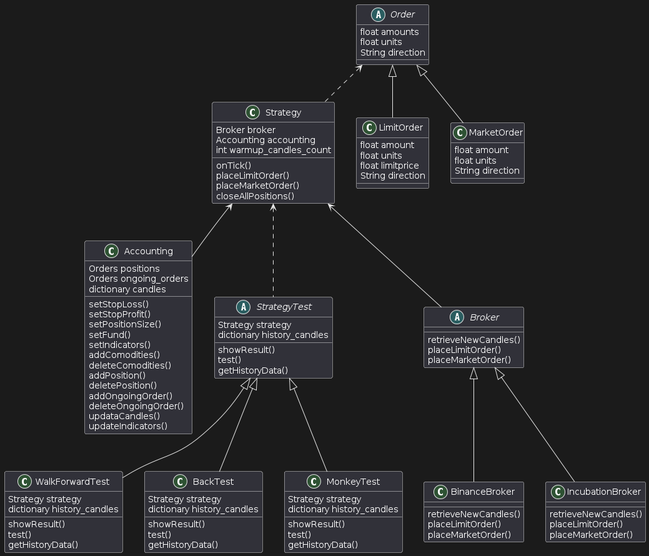
The PlantUML diagram framework backend class diagram.png in apoman123/AlgoTradingFramework, before a commit.
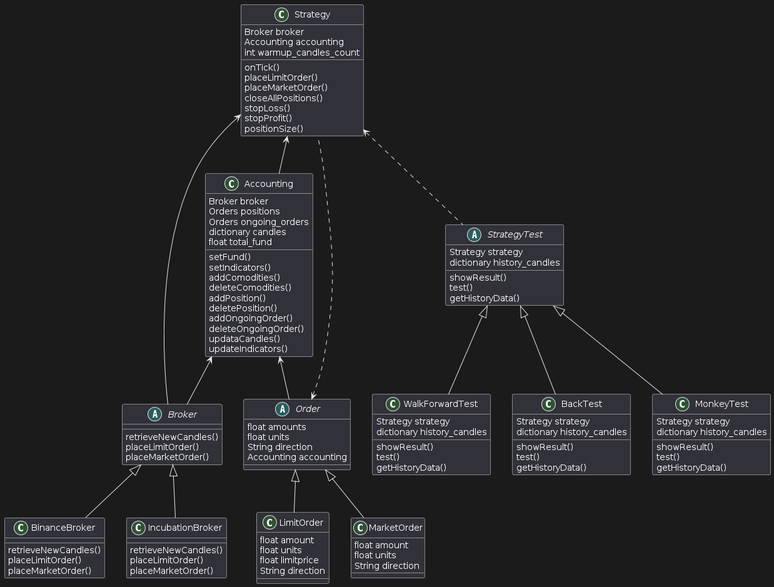
After the commit.

What changed in the source:
```diff
@@ -7,16 +7,18 @@
     placeLimitOrder()
     placeMarketOrder()
     closeAllPositions()
+    stopLoss()
+    stopProfit()
+    positionSize()
 }
 
 class Accounting{
+    Broker broker
     Orders positions
     Orders ongoing_orders
     dictionary candles
+    float total_fund
 
-    setStopLoss()
-    setStopProfit()
-    setPositionSize()
     setFund()
     setIndicators()
     addComodities()
@@ -91,6 +93,7 @@
     float amounts
     float units
     String direction
+    Accounting accounting
 }
 
 class LimitOrder{
@@ -117,6 +120,8 @@
 Broker <|-- BinanceBroker
 Broker <|-- IncubationBroker
 
+Accounting <-- Order
+Accounting <-- Broker
 Strategy <-- Broker
 Strategy <-- Accounting
 Order <.. Strategy
```
